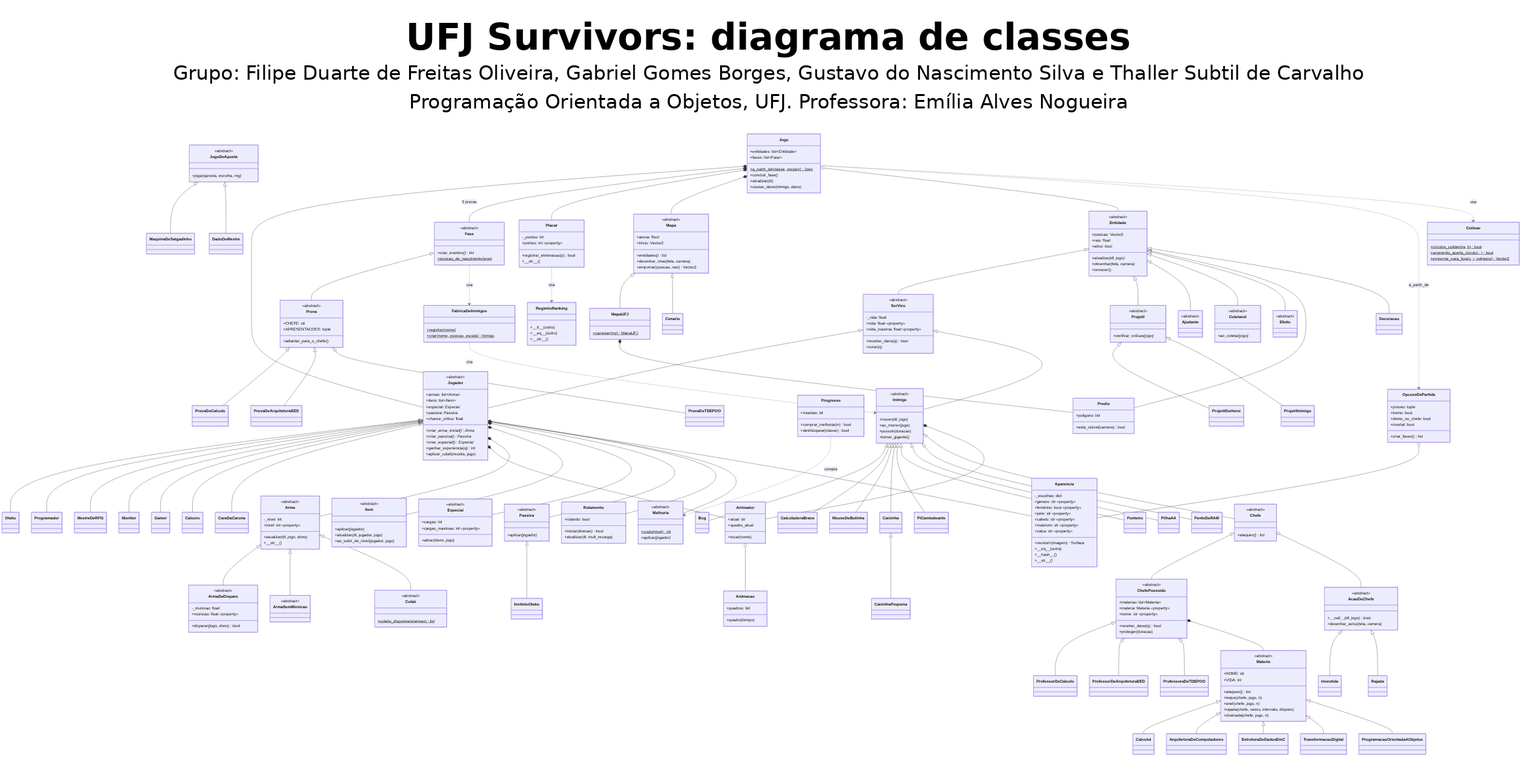
This is docs/entregas/diagrama_classes.png from thallersubtil/UFJ-Survivors, a Mermaid export, as it was before one commit. Its source is kept beside it as docs/diagrama_classes.mmd.
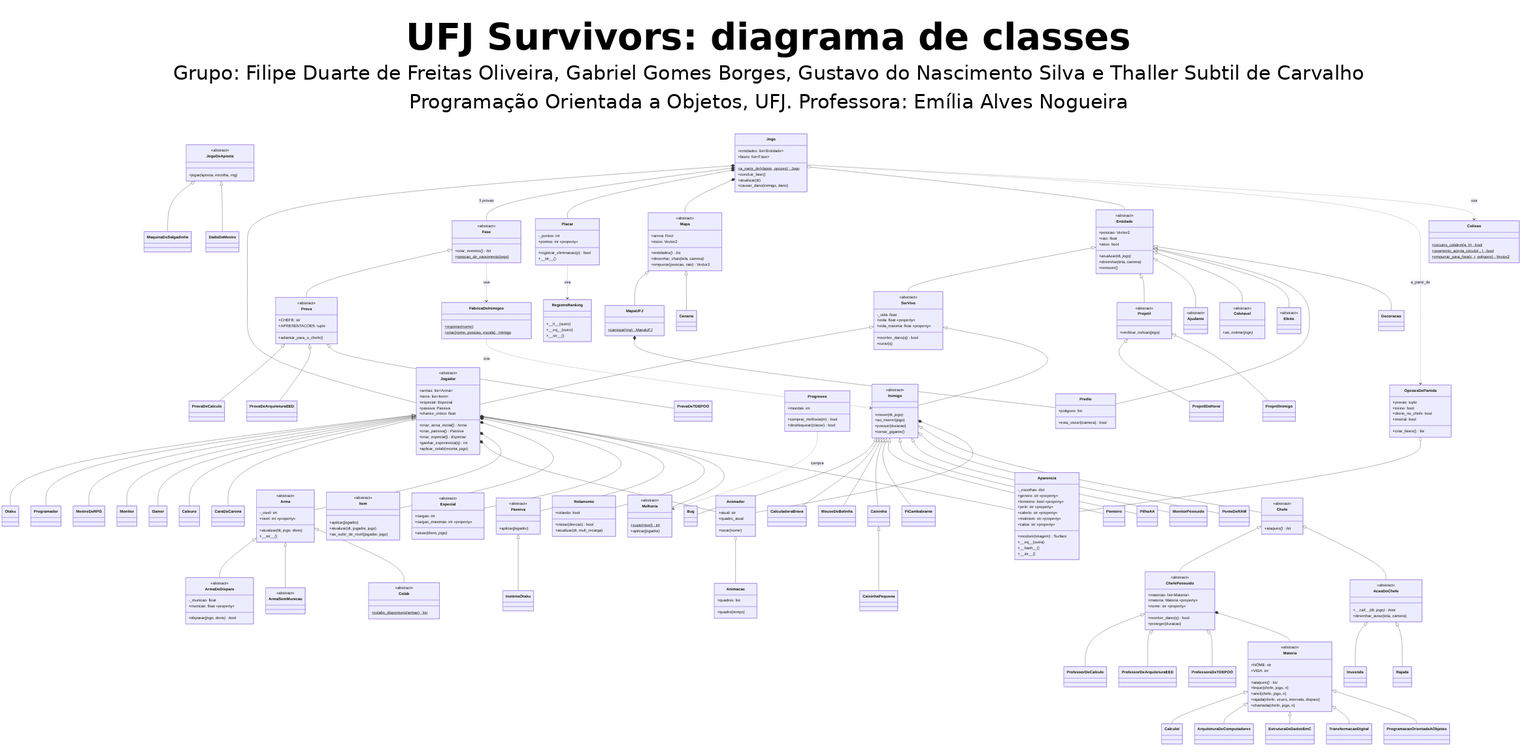
After the change.

Change to the diagram source:
```diff
@@ -52,6 +52,7 @@
     class PiCambaleante
     class Ponteiro
     class PilhaAA
+    class MonitorPossuido
     class PenteDeRAM
     class Chefe {
         <<abstract>>
@@ -277,6 +278,7 @@
     Inimigo <|-- PiCambaleante
     Inimigo <|-- Ponteiro
     Inimigo <|-- PilhaAA
+    Inimigo <|-- MonitorPossuido
     Inimigo <|-- PenteDeRAM
     Inimigo <|-- Chefe
     Chefe <|-- ChefePossuido
```
